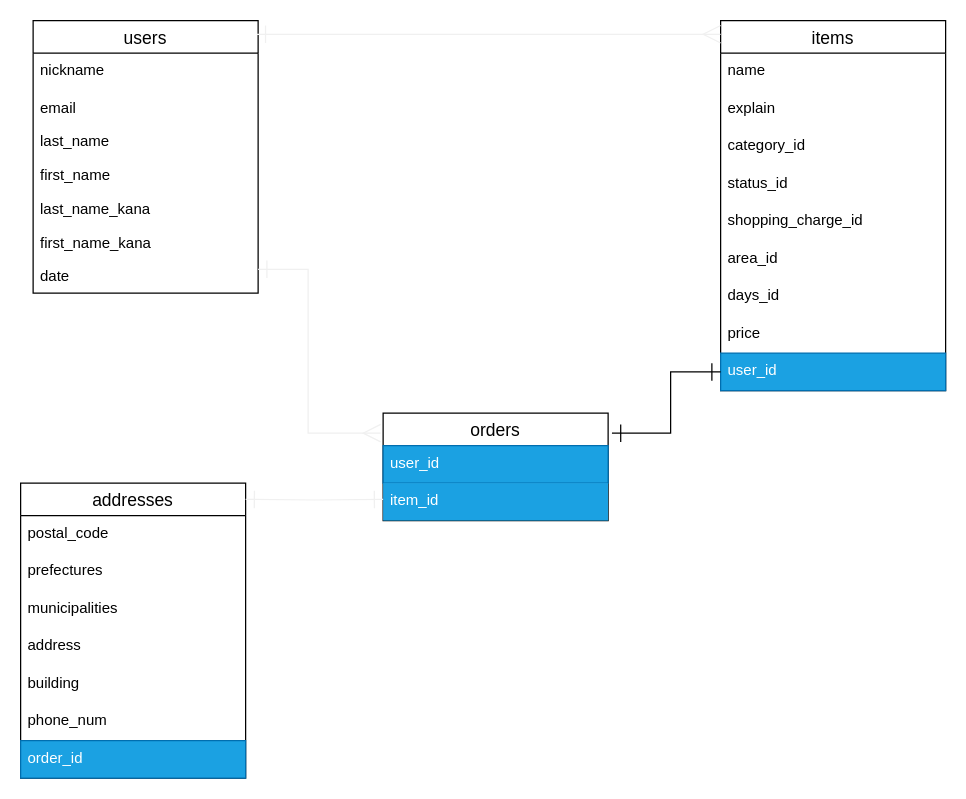
Earlier version of the draw.io diagram furima.dio (kei11235/furima-36984). Source tidied: cells renumbered, new cells numbered last; positions are measured from the earlier drawing's top-left corner, leaving out a move shared by most shapes. Both pictures are drawn from the tidied source at 125%, with x=0, y=0 at pixel (20, 20).
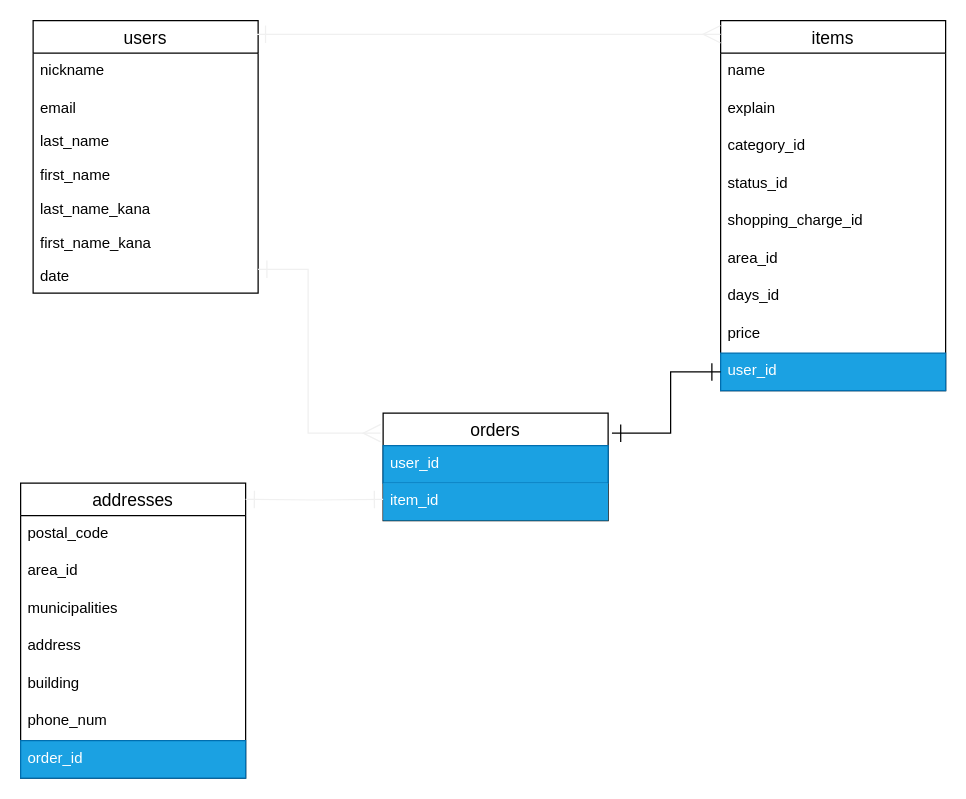
Above is the later version.

Commit message:
前回の変更の名残

Unchanged cells that the change refers to:
```xml
<mxCell id="23" value="addresses" style="swimlane;fontStyle=0;horizontal=1;startSize=26;align=center;fontSize=14;" parent="1" vertex="1">
  <mxGeometry y="370" width="180" height="236" as="geometry" />
</mxCell>
```

What changed in the source:
```diff
@@
-    <mxCell id="25" value="prefectures" style="text;strokeColor=none;fillColor=none;spacingLeft=4;spacingRight=4;overflow=hidden;fontSize=12;" parent="23" vertex="1">
+    <mxCell id="25" value="area_id" style="text;strokeColor=none;fillColor=none;spacingLeft=4;spacingRight=4;overflow=hidden;fontSize=12;" parent="23" vertex="1">
       <mxGeometry y="56" width="180" height="30" as="geometry" />
     </mxCell>
```
